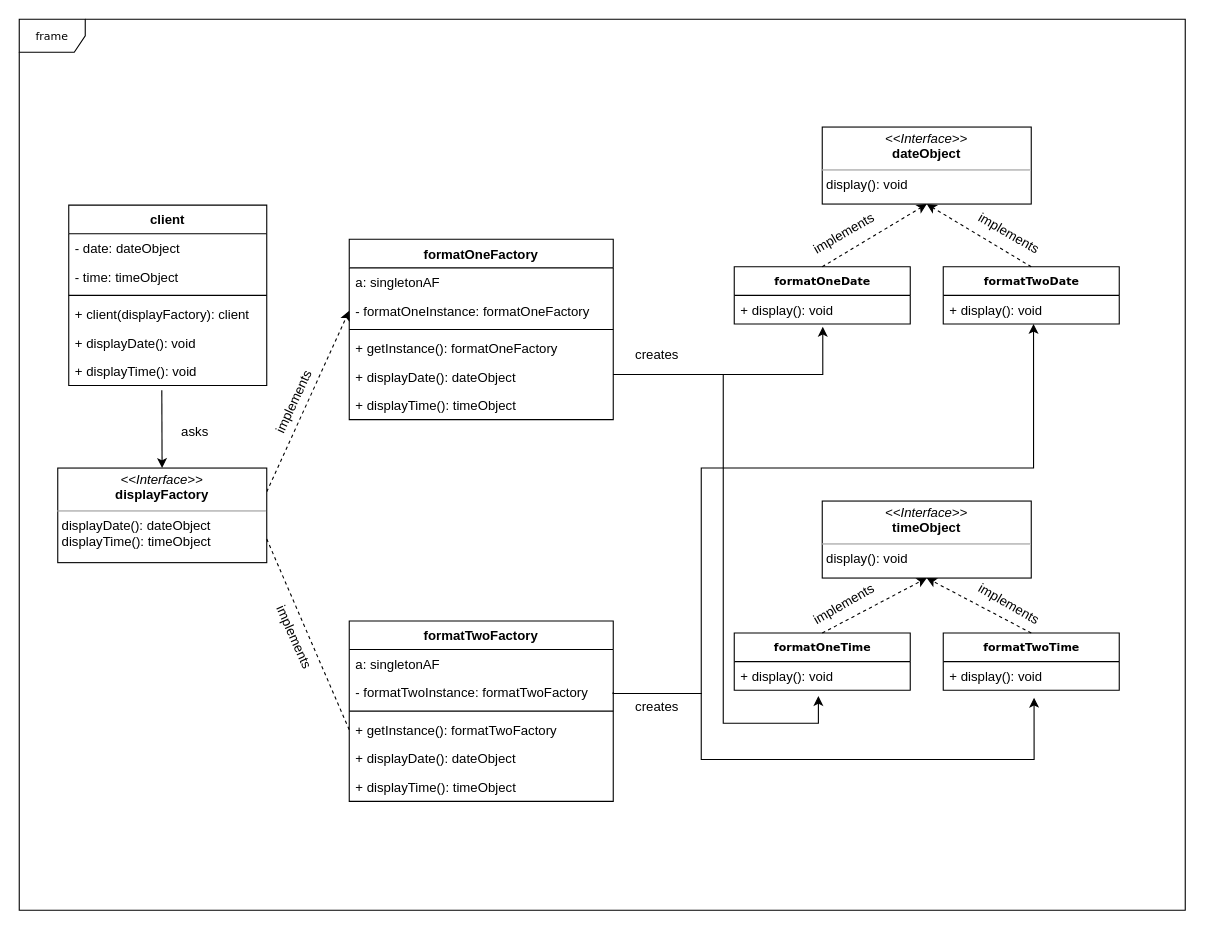
Above: Untitled Diagram.drawio in jjleneve/3380H (draw.io), before the change. Source tidied: cells renumbered, new cells numbered last; positions are measured from the earlier drawing's top-left corner, leaving out a move shared by most shapes. Both pictures are drawn from the tidied source at 110%, with x=0, y=0 at pixel (19, 19).
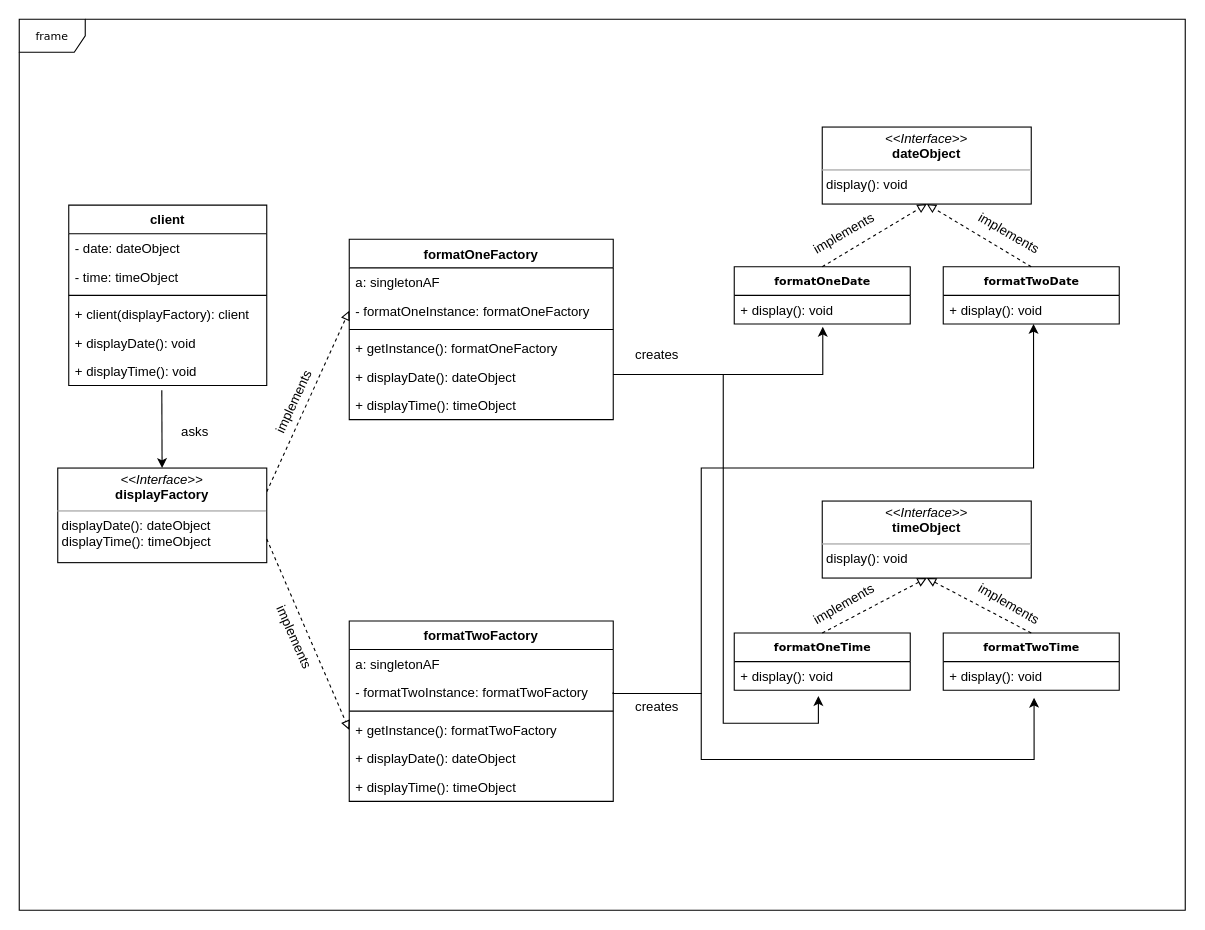
The same diagram, later.

Unchanged cells that the change refers to:
```xml
<mxCell id="4" value="&lt;p style=&quot;margin:0px;margin-top:4px;text-align:center;&quot;&gt;&lt;i&gt;&amp;lt;&amp;lt;Interface&amp;gt;&amp;gt;&lt;/i&gt;&lt;br&gt;&lt;b&gt;displayFactory&lt;/b&gt;&lt;/p&gt;&lt;hr size=&quot;1&quot;&gt;&lt;p style=&quot;margin:0px;margin-left:4px;&quot;&gt;displayDate(): dateObject&lt;br&gt;displayTime(): timeObject&lt;/p&gt;" style="verticalAlign=top;align=left;overflow=fill;fontSize=12;fontFamily=Helvetica;html=1;rounded=0;shadow=0;comic=0;labelBackgroundColor=none;strokeWidth=1;" parent="1" vertex="1">
  <mxGeometry x="35" y="408" width="190" height="86" as="geometry" />
</mxCell>
<mxCell id="5" value="&lt;p style=&quot;margin:0px;margin-top:4px;text-align:center;&quot;&gt;&lt;i&gt;&amp;lt;&amp;lt;Interface&amp;gt;&amp;gt;&lt;/i&gt;&lt;br&gt;&lt;b&gt;dateObject&lt;/b&gt;&lt;/p&gt;&lt;hr size=&quot;1&quot;&gt;&lt;p style=&quot;margin:0px;margin-left:4px;&quot;&gt;display(): void&lt;br&gt;&lt;/p&gt;" style="verticalAlign=top;align=left;overflow=fill;fontSize=12;fontFamily=Helvetica;html=1;rounded=0;shadow=0;comic=0;labelBackgroundColor=none;strokeWidth=1;" parent="1" vertex="1">
  <mxGeometry x="730" y="98" width="190" height="70" as="geometry" />
</mxCell>
<mxCell id="6" value="&lt;b&gt;formatOneDate&lt;/b&gt;" style="swimlane;html=1;fontStyle=0;horizontal=1;startSize=26;fillColor=none;swimlaneFillColor=#ffffff;rounded=0;shadow=0;comic=0;labelBackgroundColor=none;strokeWidth=1;fontFamily=Verdana;fontSize=10;align=center;" parent="1" vertex="1">
  <mxGeometry x="650" y="225" width="160" height="52" as="geometry" />
</mxCell>
<mxCell id="8" value="&lt;b&gt;formatTwoTime&lt;/b&gt;" style="swimlane;html=1;fontStyle=0;horizontal=1;startSize=26;fillColor=none;swimlaneFillColor=#ffffff;rounded=0;shadow=0;comic=0;labelBackgroundColor=none;strokeWidth=1;fontFamily=Verdana;fontSize=10;align=center;" parent="1" vertex="1">
  <mxGeometry x="840" y="558" width="160" height="52" as="geometry" />
</mxCell>
<mxCell id="10" value="&lt;p style=&quot;margin:0px;margin-top:4px;text-align:center;&quot;&gt;&lt;i&gt;&amp;lt;&amp;lt;Interface&amp;gt;&amp;gt;&lt;/i&gt;&lt;br&gt;&lt;b&gt;timeObject&lt;/b&gt;&lt;/p&gt;&lt;hr size=&quot;1&quot;&gt;&lt;p style=&quot;margin:0px;margin-left:4px;&quot;&gt;display(): void&lt;br&gt;&lt;/p&gt;" style="verticalAlign=top;align=left;overflow=fill;fontSize=12;fontFamily=Helvetica;html=1;rounded=0;shadow=0;comic=0;labelBackgroundColor=none;strokeWidth=1;" parent="1" vertex="1">
  <mxGeometry x="730" y="438" width="190" height="70" as="geometry" />
</mxCell>
<mxCell id="11" value="&lt;b&gt;formatTwoDate&lt;/b&gt;" style="swimlane;html=1;fontStyle=0;horizontal=1;startSize=26;fillColor=none;swimlaneFillColor=#ffffff;rounded=0;shadow=0;comic=0;labelBackgroundColor=none;strokeWidth=1;fontFamily=Verdana;fontSize=10;align=center;" parent="1" vertex="1">
  <mxGeometry x="840" y="225" width="160" height="52" as="geometry" />
</mxCell>
<mxCell id="13" value="&lt;b&gt;formatOneTime&lt;/b&gt;" style="swimlane;html=1;fontStyle=0;horizontal=1;startSize=26;fillColor=none;swimlaneFillColor=#ffffff;rounded=0;shadow=0;comic=0;labelBackgroundColor=none;strokeWidth=1;fontFamily=Verdana;fontSize=10;align=center;" parent="1" vertex="1">
  <mxGeometry x="650" y="558" width="160" height="52" as="geometry" />
</mxCell>
<mxCell id="24" value="- formatOneInstance: formatOneFactory" style="text;strokeColor=none;fillColor=none;align=left;verticalAlign=top;spacingLeft=4;spacingRight=4;overflow=hidden;points=[[0,0.5],[1,0.5]];portConstraint=eastwest;strokeWidth=1;" parent="22" vertex="1">
  <mxGeometry y="52" width="240" height="26" as="geometry" />
</mxCell>
<mxCell id="33" value="+ getInstance(): formatTwoFactory" style="text;strokeColor=none;fillColor=none;align=left;verticalAlign=top;spacingLeft=4;spacingRight=4;overflow=hidden;points=[[0,0.5],[1,0.5]];portConstraint=eastwest;strokeWidth=1;" parent="29" vertex="1">
  <mxGeometry y="86" width="240" height="26" as="geometry" />
</mxCell>
```

What changed in the source:
```diff
@@
-    <mxCell id="3" style="rounded=0;jettySize=auto;html=1;exitX=1;exitY=0.25;exitDx=0;exitDy=0;entryX=0;entryY=0.5;entryDx=0;entryDy=0;dashed=1;" parent="1" edge="1" source="4" target="24">
+    <mxCell id="3" style="rounded=0;jettySize=auto;html=1;exitX=1;exitY=0.25;exitDx=0;exitDy=0;entryX=0;entryY=0.5;entryDx=0;entryDy=0;dashed=1;endArrow=block;endFill=0;" parent="1" edge="1" source="4" target="24">
       <mxGeometry relative="1" as="geometry" />
     </mxCell>
@@
-    <mxCell id="36" style="endArrow=none;dashed=1;html=1;rounded=0;entryX=0;entryY=0.5;entryDx=0;entryDy=0;exitX=1;exitY=0.75;exitDx=0;exitDy=0;" parent="1" edge="1" source="4" target="33">
+    <mxCell id="36" style="endArrow=block;dashed=1;html=1;rounded=0;entryX=0;entryY=0.5;entryDx=0;entryDy=0;exitX=1;exitY=0.75;exitDx=0;exitDy=0;endFill=0;" parent="1" edge="1" source="4" target="33">
       <mxGeometry relative="1" as="geometry" />
     </mxCell>
-    <mxCell id="37" style="rounded=0;jettySize=auto;html=1;exitX=0.5;exitY=0;exitDx=0;exitDy=0;entryX=0.5;entryY=1;entryDx=0;entryDy=0;dashed=1;" parent="1" edge="1" source="6" target="5">
+    <mxCell id="37" style="rounded=0;jettySize=auto;html=1;exitX=0.5;exitY=0;exitDx=0;exitDy=0;entryX=0.5;entryY=1;entryDx=0;entryDy=0;dashed=1;endArrow=block;endFill=0;" parent="1" edge="1" source="6" target="5">
       <mxGeometry relative="1" as="geometry" />
     </mxCell>
-    <mxCell id="38" style="rounded=0;jettySize=auto;html=1;exitX=0.5;exitY=0;exitDx=0;exitDy=0;entryX=0.5;entryY=1;entryDx=0;entryDy=0;dashed=1;" parent="1" edge="1" source="13" target="10">
+    <mxCell id="38" style="rounded=0;jettySize=auto;html=1;exitX=0.5;exitY=0;exitDx=0;exitDy=0;entryX=0.5;entryY=1;entryDx=0;entryDy=0;dashed=1;endArrow=block;endFill=0;" parent="1" edge="1" source="13" target="10">
       <mxGeometry relative="1" as="geometry" />
     </mxCell>
-    <mxCell id="39" style="rounded=0;jettySize=auto;html=1;exitX=0.5;exitY=0;exitDx=0;exitDy=0;entryX=0.5;entryY=1;entryDx=0;entryDy=0;dashed=1;" parent="1" edge="1" source="11" target="5">
+    <mxCell id="39" style="rounded=0;jettySize=auto;html=1;exitX=0.5;exitY=0;exitDx=0;exitDy=0;entryX=0.5;entryY=1;entryDx=0;entryDy=0;dashed=1;endArrow=block;endFill=0;" parent="1" edge="1" source="11" target="5">
       <mxGeometry relative="1" as="geometry" />
     </mxCell>
-    <mxCell id="40" style="rounded=0;jettySize=auto;html=1;exitX=0.5;exitY=0;exitDx=0;exitDy=0;entryX=0.5;entryY=1;entryDx=0;entryDy=0;dashed=1;" parent="1" edge="1" source="8" target="10">
+    <mxCell id="40" style="rounded=0;jettySize=auto;html=1;exitX=0.5;exitY=0;exitDx=0;exitDy=0;entryX=0.5;entryY=1;entryDx=0;entryDy=0;dashed=1;endArrow=block;endFill=0;" parent="1" edge="1" source="8" target="10">
       <mxGeometry relative="1" as="geometry" />
     </mxCell>
```
